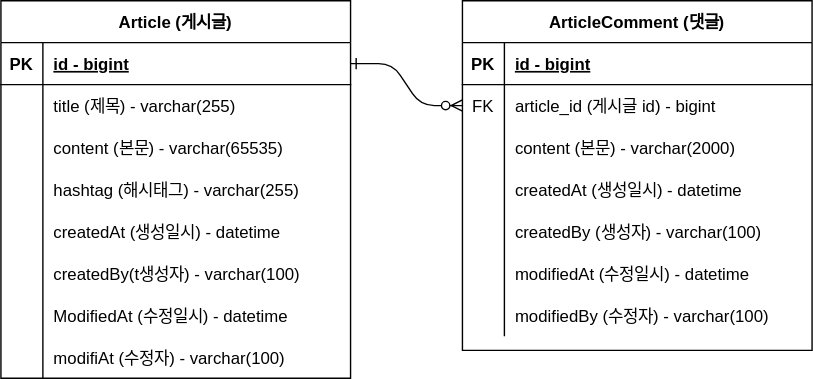
The draw.io diagram document/project-board-erd.svg in bdd99237/springboot-board, before a commit. Source tidied: cells renumbered, new cells last; positions are measured from the earlier drawing's top-left corner, leaving out a move shared by most shapes.
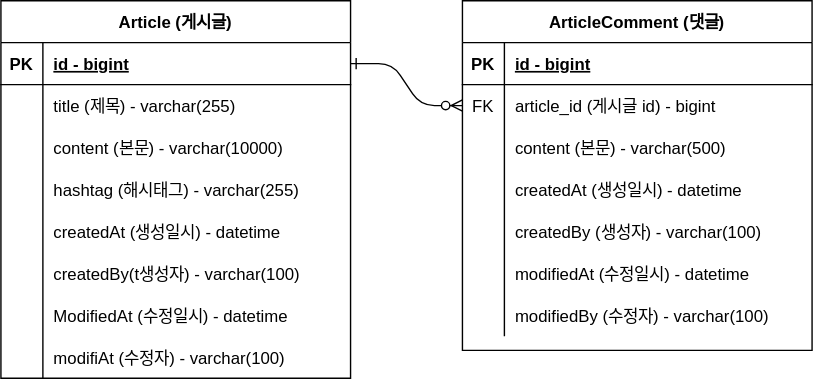
The same diagram one commit later.

Commit message:
#9-ERD업데이트 project-board-erd.svg 업데이트

Diff of the diagram source:
```diff
@@ -32,7 +32,7 @@
     <mxCell id="11" style="shape=partialRectangle;overflow=hidden;fillColor=none;top=0;left=0;bottom=0;right=0;" parent="10" vertex="1">
       <mxGeometry width="30" height="30" as="geometry" />
     </mxCell>
-    <mxCell id="12" value="content (본문) - varchar(2000)" style="shape=partialRectangle;overflow=hidden;fillColor=none;top=0;left=0;bottom=0;right=0;align=left;spacingLeft=6;" parent="10" vertex="1">
+    <mxCell id="12" value="content (본문) - varchar(500)" style="shape=partialRectangle;overflow=hidden;fillColor=none;top=0;left=0;bottom=0;right=0;align=left;spacingLeft=6;" parent="10" vertex="1">
       <mxGeometry x="30" width="220" height="30" as="geometry" />
     </mxCell>
     <mxCell id="13" style="shape=partialRectangle;fillColor=none;top=0;left=0;right=0;bottom=0;" parent="3" vertex="1">
@@ -98,7 +98,7 @@
     <mxCell id="33" style="shape=partialRectangle;overflow=hidden;fillColor=none;top=0;left=0;bottom=0;right=0;" parent="32" vertex="1">
       <mxGeometry width="30" height="30" as="geometry" />
     </mxCell>
-    <mxCell id="34" value="content (본문) - varchar(65535)" style="shape=partialRectangle;overflow=hidden;fillColor=none;top=0;left=0;bottom=0;right=0;align=left;spacingLeft=6;" parent="32" vertex="1">
+    <mxCell id="34" value="content (본문) - varchar(10000)" style="shape=partialRectangle;overflow=hidden;fillColor=none;top=0;left=0;bottom=0;right=0;align=left;spacingLeft=6;" parent="32" vertex="1">
       <mxGeometry x="30" width="220" height="30" as="geometry" />
     </mxCell>
     <mxCell id="35" style="shape=partialRectangle;fillColor=none;top=0;left=0;right=0;bottom=0;" parent="25" vertex="1">
```
